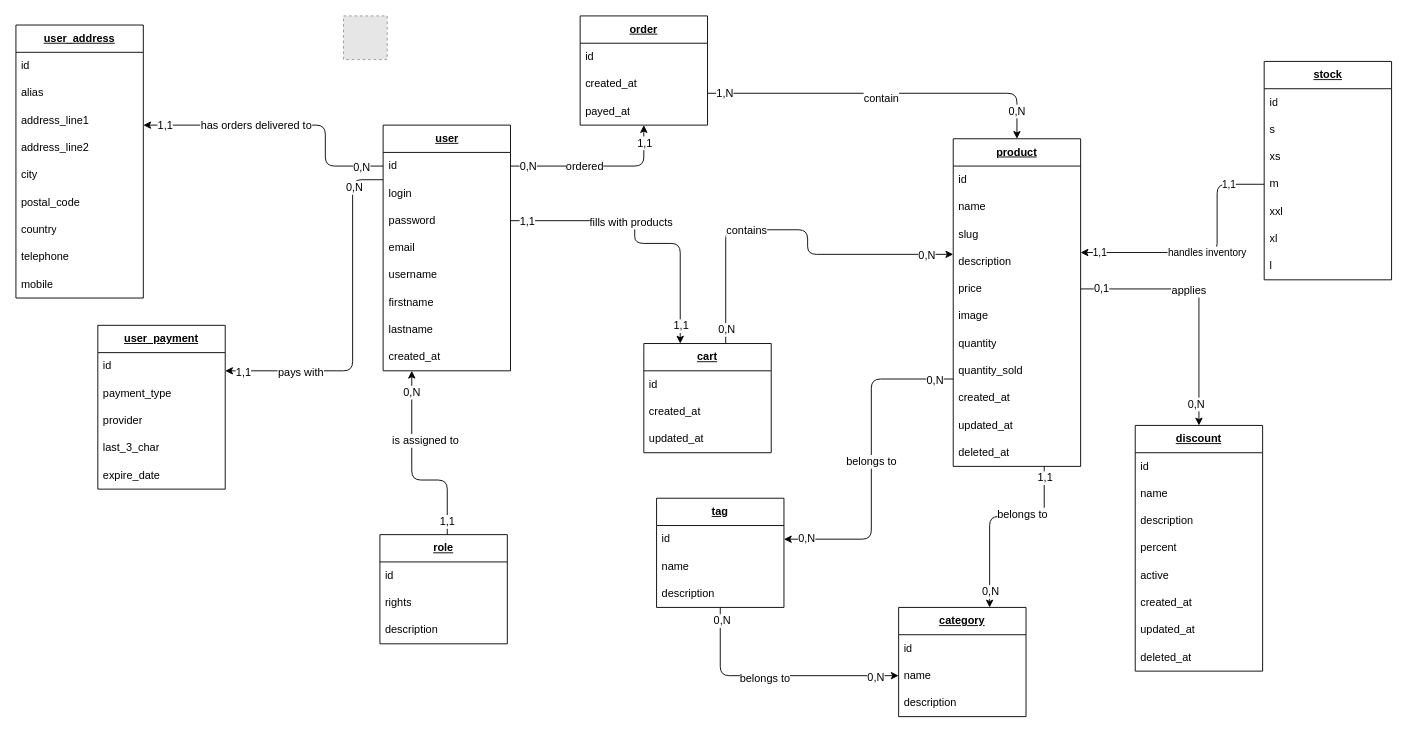
The draw.io diagram resources/mcd.drawio in felix-hauger/boutique-en-ligne, before the edit. Source tidied: cells renumbered, new cells numbered last; positions are measured from the earlier drawing's top-left corner, leaving out a move shared by most shapes. Both pictures are drawn from the tidied source at 91%, with x=0, y=0 at pixel (15, 15). Pictures stored in the file or linked from it are replaced by grey dashed boxes.
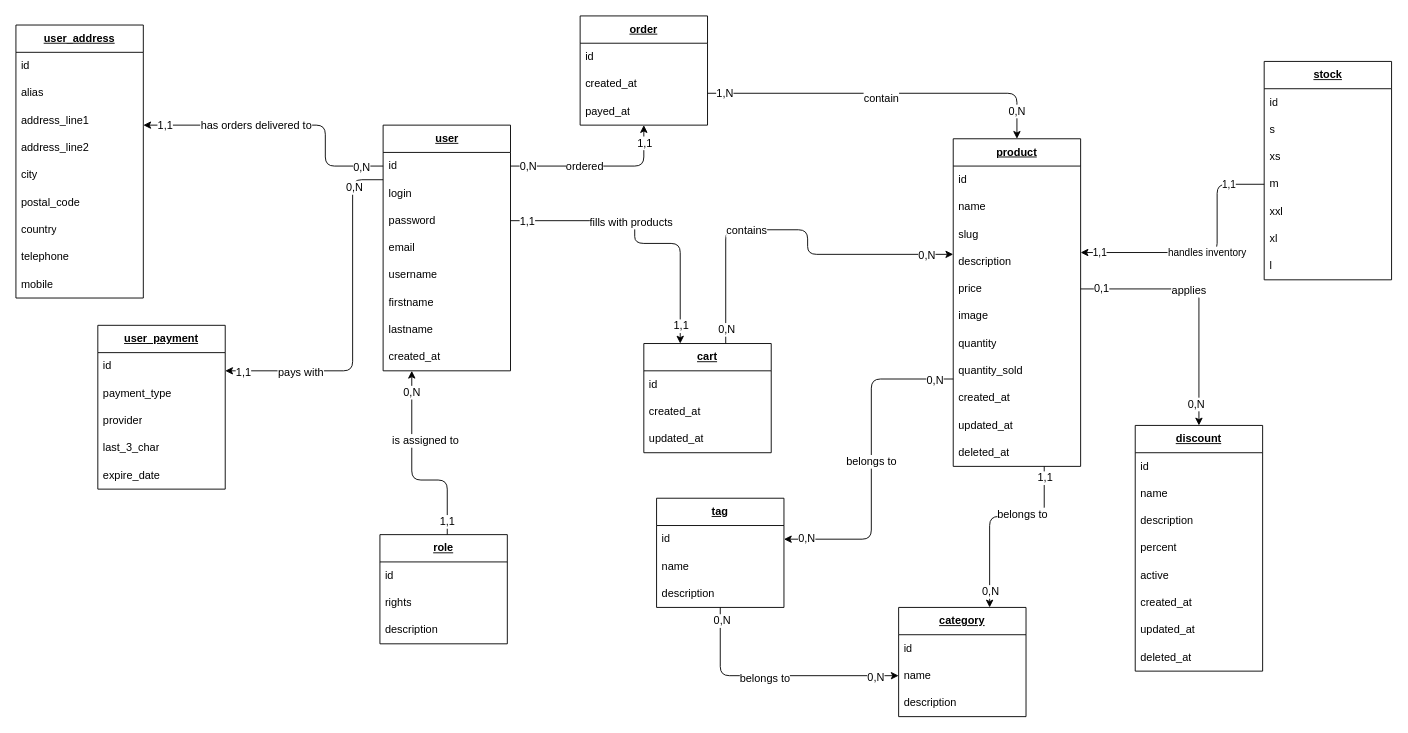
After the change.

Change to the diagram source:
```diff
@@
-    <mxCell id="126" style="fillColor=#E6E6E6;strokeColor=#999999;dashed=1;verticalLabelPosition=bottom;labelBackgroundColor=default;verticalAlign=top;" parent="1" vertex="1">
-      <mxGeometry x="360" width="48" height="48" as="geometry" />
-    </mxCell>
```
